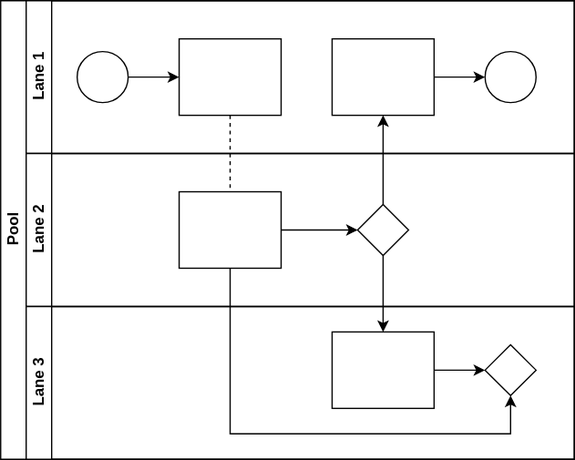
roja-codepadawan/documentation keeps this draw.io diagram as EDEN.drawio.svg. Above is the earlier version. Source tidied: cells renumbered, new cells last; positions are measured from the earlier drawing's top-left corner, leaving out a move shared by most shapes. Its diagram source:
```xml
<mxGraphModel>
  <root>
    <mxCell id="0" />
    <mxCell id="1" parent="0" />
    <mxCell id="2" value="Pool" style="swimlane;html=1;horizontal=0;startSize=20;" parent="1" vertex="1">
      <mxGeometry width="450" height="360" as="geometry" />
    </mxCell>
    <mxCell id="3" style="edgeStyle=orthogonalEdgeStyle;rounded=0;jettySize=auto;html=1;dashed=1;endArrow=none;endFill=0;" parent="2" edge="1" source="10" target="16">
      <mxGeometry relative="1" as="geometry" />
    </mxCell>
    <mxCell id="4" style="edgeStyle=orthogonalEdgeStyle;rounded=0;jettySize=auto;html=1;endArrow=classic;endFill=1;" parent="2" edge="1" source="17" target="12">
      <mxGeometry relative="1" as="geometry" />
    </mxCell>
    <mxCell id="5" style="edgeStyle=orthogonalEdgeStyle;rounded=0;jettySize=auto;html=1;endArrow=classic;endFill=1;" parent="2" edge="1" source="17" target="20">
      <mxGeometry relative="1" as="geometry" />
    </mxCell>
    <mxCell id="6" style="edgeStyle=orthogonalEdgeStyle;rounded=0;jettySize=auto;html=1;endArrow=classic;endFill=1;" parent="2" edge="1" source="16" target="21">
      <mxGeometry relative="1" as="geometry">
        <Array as="points">
          <mxPoint x="180" y="340" />
          <mxPoint x="400" y="340" />
        </Array>
      </mxGeometry>
    </mxCell>
    <mxCell id="7" value="Lane 1" style="swimlane;html=1;startSize=20;horizontal=0;" parent="2" vertex="1">
      <mxGeometry x="20" width="430" height="120" as="geometry" />
    </mxCell>
    <mxCell id="8" style="edgeStyle=orthogonalEdgeStyle;rounded=0;jettySize=auto;html=1;" parent="7" edge="1" source="9" target="10">
      <mxGeometry relative="1" as="geometry" />
    </mxCell>
    <mxCell id="9" style="ellipse;whiteSpace=wrap;html=1;" parent="7" vertex="1">
      <mxGeometry x="40" y="40" width="40" height="40" as="geometry" />
    </mxCell>
    <mxCell id="10" style="rounded=0;whiteSpace=wrap;html=1;fontFamily=Helvetica;fontSize=12;fontColor=#000000;align=center;" parent="7" vertex="1">
      <mxGeometry x="120" y="30" width="80" height="60" as="geometry" />
    </mxCell>
    <mxCell id="11" style="edgeStyle=orthogonalEdgeStyle;rounded=0;jettySize=auto;html=1;endArrow=classic;endFill=1;" parent="7" edge="1" source="12" target="13">
      <mxGeometry relative="1" as="geometry" />
    </mxCell>
    <mxCell id="12" style="rounded=0;whiteSpace=wrap;html=1;fontFamily=Helvetica;fontSize=12;fontColor=#000000;align=center;" parent="7" vertex="1">
      <mxGeometry x="240" y="30" width="80" height="60" as="geometry" />
    </mxCell>
    <mxCell id="13" style="ellipse;whiteSpace=wrap;html=1;" parent="7" vertex="1">
      <mxGeometry x="360" y="40" width="40" height="40" as="geometry" />
    </mxCell>
    <mxCell id="14" value="Lane 2" style="swimlane;html=1;startSize=20;horizontal=0;" parent="2" vertex="1">
      <mxGeometry x="20" y="120" width="430" height="120" as="geometry" />
    </mxCell>
    <mxCell id="15" style="edgeStyle=orthogonalEdgeStyle;rounded=0;jettySize=auto;html=1;endArrow=classic;endFill=1;" parent="14" edge="1" source="16" target="17">
      <mxGeometry relative="1" as="geometry" />
    </mxCell>
    <mxCell id="16" style="rounded=0;whiteSpace=wrap;html=1;fontFamily=Helvetica;fontSize=12;fontColor=#000000;align=center;" parent="14" vertex="1">
      <mxGeometry x="120" y="30" width="80" height="60" as="geometry" />
    </mxCell>
    <mxCell id="17" style="rhombus;whiteSpace=wrap;html=1;fontFamily=Helvetica;fontSize=12;fontColor=#000000;align=center;" parent="14" vertex="1">
      <mxGeometry x="260" y="40" width="40" height="40" as="geometry" />
    </mxCell>
    <mxCell id="18" value="Lane 3" style="swimlane;html=1;startSize=20;horizontal=0;" parent="2" vertex="1">
      <mxGeometry x="20" y="240" width="430" height="120" as="geometry" />
    </mxCell>
    <mxCell id="19" style="edgeStyle=orthogonalEdgeStyle;rounded=0;jettySize=auto;html=1;endArrow=classic;endFill=1;" parent="18" edge="1" source="20" target="21">
      <mxGeometry relative="1" as="geometry" />
    </mxCell>
    <mxCell id="20" style="rounded=0;whiteSpace=wrap;html=1;fontFamily=Helvetica;fontSize=12;fontColor=#000000;align=center;" parent="18" vertex="1">
      <mxGeometry x="240" y="20" width="80" height="60" as="geometry" />
    </mxCell>
    <mxCell id="21" style="rhombus;whiteSpace=wrap;html=1;fontFamily=Helvetica;fontSize=12;fontColor=#000000;align=center;" parent="18" vertex="1">
      <mxGeometry x="360" y="30" width="40" height="40" as="geometry" />
    </mxCell>
  </root>
</mxGraphModel>
```
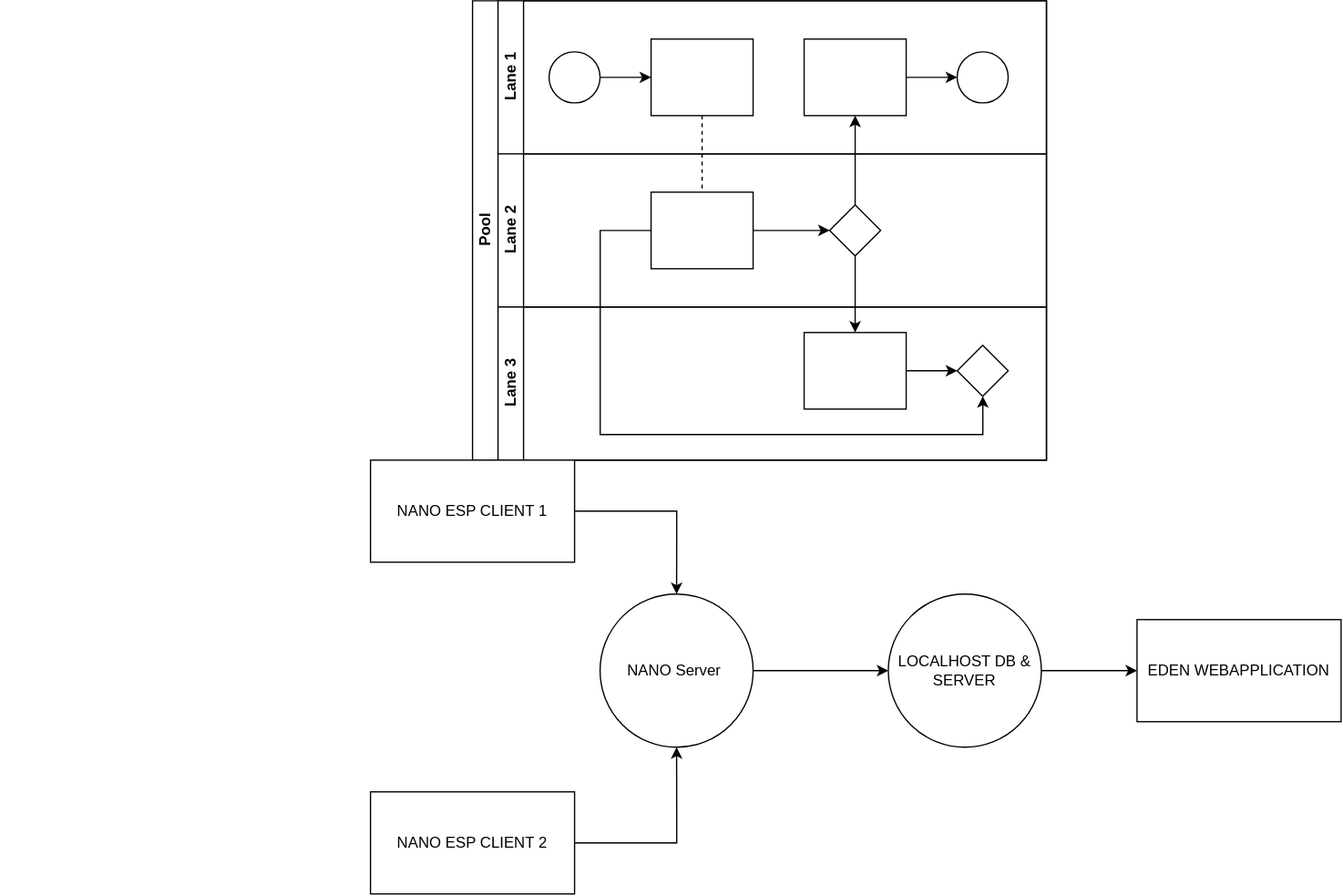
The same file after the commit.

Diff of the diagram source:
```diff
@@ -2,70 +2,107 @@
   <root>
     <mxCell id="0" />
     <mxCell id="1" parent="0" />
-    <mxCell id="2" value="Pool" style="swimlane;html=1;horizontal=0;startSize=20;" parent="1" vertex="1">
+    <mxCell id="2" value="Pool" style="swimlane;html=1;horizontal=0;startSize=20;labelBackgroundColor=none;" parent="1" vertex="1">
       <mxGeometry width="450" height="360" as="geometry" />
     </mxCell>
-    <mxCell id="3" style="edgeStyle=orthogonalEdgeStyle;rounded=0;jettySize=auto;html=1;dashed=1;endArrow=none;endFill=0;" parent="2" edge="1" source="10" target="16">
+    <mxCell id="3" style="edgeStyle=orthogonalEdgeStyle;rounded=0;jettySize=auto;html=1;dashed=1;endArrow=none;endFill=0;labelBackgroundColor=none;fontColor=default;" parent="2" edge="1" source="10" target="16">
       <mxGeometry relative="1" as="geometry" />
     </mxCell>
-    <mxCell id="4" style="edgeStyle=orthogonalEdgeStyle;rounded=0;jettySize=auto;html=1;endArrow=classic;endFill=1;" parent="2" edge="1" source="17" target="12">
+    <mxCell id="4" style="edgeStyle=orthogonalEdgeStyle;rounded=0;jettySize=auto;html=1;endArrow=classic;endFill=1;labelBackgroundColor=none;fontColor=default;" parent="2" edge="1" source="17" target="12">
       <mxGeometry relative="1" as="geometry" />
     </mxCell>
-    <mxCell id="5" style="edgeStyle=orthogonalEdgeStyle;rounded=0;jettySize=auto;html=1;endArrow=classic;endFill=1;" parent="2" edge="1" source="17" target="20">
+    <mxCell id="5" style="edgeStyle=orthogonalEdgeStyle;rounded=0;jettySize=auto;html=1;endArrow=classic;endFill=1;labelBackgroundColor=none;fontColor=default;" parent="2" edge="1" source="17" target="20">
       <mxGeometry relative="1" as="geometry" />
     </mxCell>
-    <mxCell id="6" style="edgeStyle=orthogonalEdgeStyle;rounded=0;jettySize=auto;html=1;endArrow=classic;endFill=1;" parent="2" edge="1" source="16" target="21">
+    <mxCell id="6" style="edgeStyle=orthogonalEdgeStyle;rounded=0;jettySize=auto;html=1;endArrow=classic;endFill=1;labelBackgroundColor=none;fontColor=default;" parent="2" edge="1" source="16" target="21">
       <mxGeometry relative="1" as="geometry">
         <Array as="points">
-          <mxPoint x="180" y="340" />
+          <mxPoint x="100" y="180" />
+          <mxPoint x="100" y="340" />
           <mxPoint x="400" y="340" />
         </Array>
       </mxGeometry>
     </mxCell>
-    <mxCell id="7" value="Lane 1" style="swimlane;html=1;startSize=20;horizontal=0;" parent="2" vertex="1">
+    <mxCell id="7" value="Lane 1" style="swimlane;html=1;startSize=20;horizontal=0;labelBackgroundColor=none;" parent="2" vertex="1">
       <mxGeometry x="20" width="430" height="120" as="geometry" />
     </mxCell>
-    <mxCell id="8" style="edgeStyle=orthogonalEdgeStyle;rounded=0;jettySize=auto;html=1;" parent="7" edge="1" source="9" target="10">
+    <mxCell id="8" style="edgeStyle=orthogonalEdgeStyle;rounded=0;jettySize=auto;html=1;labelBackgroundColor=none;fontColor=default;" parent="7" edge="1" source="9" target="10">
       <mxGeometry relative="1" as="geometry" />
     </mxCell>
-    <mxCell id="9" style="ellipse;whiteSpace=wrap;html=1;" parent="7" vertex="1">
+    <mxCell id="9" style="ellipse;whiteSpace=wrap;html=1;labelBackgroundColor=none;" parent="7" vertex="1">
       <mxGeometry x="40" y="40" width="40" height="40" as="geometry" />
     </mxCell>
-    <mxCell id="10" style="rounded=0;whiteSpace=wrap;html=1;fontFamily=Helvetica;fontSize=12;fontColor=#000000;align=center;" parent="7" vertex="1">
+    <mxCell id="10" style="rounded=0;whiteSpace=wrap;html=1;fontFamily=Helvetica;fontSize=12;align=center;labelBackgroundColor=none;" parent="7" vertex="1">
       <mxGeometry x="120" y="30" width="80" height="60" as="geometry" />
     </mxCell>
-    <mxCell id="11" style="edgeStyle=orthogonalEdgeStyle;rounded=0;jettySize=auto;html=1;endArrow=classic;endFill=1;" parent="7" edge="1" source="12" target="13">
+    <mxCell id="11" style="edgeStyle=orthogonalEdgeStyle;rounded=0;jettySize=auto;html=1;endArrow=classic;endFill=1;labelBackgroundColor=none;fontColor=default;" parent="7" edge="1" source="12" target="13">
       <mxGeometry relative="1" as="geometry" />
     </mxCell>
-    <mxCell id="12" style="rounded=0;whiteSpace=wrap;html=1;fontFamily=Helvetica;fontSize=12;fontColor=#000000;align=center;" parent="7" vertex="1">
+    <mxCell id="12" style="rounded=0;whiteSpace=wrap;html=1;fontFamily=Helvetica;fontSize=12;align=center;labelBackgroundColor=none;" parent="7" vertex="1">
       <mxGeometry x="240" y="30" width="80" height="60" as="geometry" />
     </mxCell>
-    <mxCell id="13" style="ellipse;whiteSpace=wrap;html=1;" parent="7" vertex="1">
+    <mxCell id="13" style="ellipse;whiteSpace=wrap;html=1;labelBackgroundColor=none;" parent="7" vertex="1">
       <mxGeometry x="360" y="40" width="40" height="40" as="geometry" />
     </mxCell>
-    <mxCell id="14" value="Lane 2" style="swimlane;html=1;startSize=20;horizontal=0;" parent="2" vertex="1">
+    <mxCell id="14" value="Lane 2" style="swimlane;html=1;startSize=20;horizontal=0;labelBackgroundColor=none;" parent="2" vertex="1">
       <mxGeometry x="20" y="120" width="430" height="120" as="geometry" />
     </mxCell>
-    <mxCell id="15" style="edgeStyle=orthogonalEdgeStyle;rounded=0;jettySize=auto;html=1;endArrow=classic;endFill=1;" parent="14" edge="1" source="16" target="17">
+    <mxCell id="15" style="edgeStyle=orthogonalEdgeStyle;rounded=0;jettySize=auto;html=1;endArrow=classic;endFill=1;labelBackgroundColor=none;fontColor=default;" parent="14" edge="1" source="16" target="17">
       <mxGeometry relative="1" as="geometry" />
     </mxCell>
-    <mxCell id="16" style="rounded=0;whiteSpace=wrap;html=1;fontFamily=Helvetica;fontSize=12;fontColor=#000000;align=center;" parent="14" vertex="1">
+    <mxCell id="16" style="rounded=0;whiteSpace=wrap;html=1;fontFamily=Helvetica;fontSize=12;align=center;labelBackgroundColor=none;" parent="14" vertex="1">
       <mxGeometry x="120" y="30" width="80" height="60" as="geometry" />
     </mxCell>
-    <mxCell id="17" style="rhombus;whiteSpace=wrap;html=1;fontFamily=Helvetica;fontSize=12;fontColor=#000000;align=center;" parent="14" vertex="1">
+    <mxCell id="17" style="rhombus;whiteSpace=wrap;html=1;fontFamily=Helvetica;fontSize=12;align=center;labelBackgroundColor=none;" parent="14" vertex="1">
       <mxGeometry x="260" y="40" width="40" height="40" as="geometry" />
     </mxCell>
-    <mxCell id="18" value="Lane 3" style="swimlane;html=1;startSize=20;horizontal=0;" parent="2" vertex="1">
+    <mxCell id="18" value="Lane 3" style="swimlane;html=1;startSize=20;horizontal=0;labelBackgroundColor=none;" parent="2" vertex="1">
       <mxGeometry x="20" y="240" width="430" height="120" as="geometry" />
     </mxCell>
-    <mxCell id="19" style="edgeStyle=orthogonalEdgeStyle;rounded=0;jettySize=auto;html=1;endArrow=classic;endFill=1;" parent="18" edge="1" source="20" target="21">
+    <mxCell id="19" style="edgeStyle=orthogonalEdgeStyle;rounded=0;jettySize=auto;html=1;endArrow=classic;endFill=1;labelBackgroundColor=none;fontColor=default;" parent="18" edge="1" source="20" target="21">
       <mxGeometry relative="1" as="geometry" />
     </mxCell>
-    <mxCell id="20" style="rounded=0;whiteSpace=wrap;html=1;fontFamily=Helvetica;fontSize=12;fontColor=#000000;align=center;" parent="18" vertex="1">
+    <mxCell id="20" style="rounded=0;whiteSpace=wrap;html=1;fontFamily=Helvetica;fontSize=12;align=center;labelBackgroundColor=none;" parent="18" vertex="1">
       <mxGeometry x="240" y="20" width="80" height="60" as="geometry" />
     </mxCell>
-    <mxCell id="21" style="rhombus;whiteSpace=wrap;html=1;fontFamily=Helvetica;fontSize=12;fontColor=#000000;align=center;" parent="18" vertex="1">
+    <mxCell id="21" style="rhombus;whiteSpace=wrap;html=1;fontFamily=Helvetica;fontSize=12;align=center;labelBackgroundColor=none;" parent="18" vertex="1">
       <mxGeometry x="360" y="30" width="40" height="40" as="geometry" />
     </mxCell>
+    <mxCell id="22" style="group;" parent="1" vertex="1">
+      <mxGeometry x="-300" y="390" width="875" height="310" as="geometry" />
+    </mxCell>
+    <mxCell id="23" style="group;" parent="22" vertex="1">
+      <mxGeometry x="400" y="75" width="581" height="120" as="geometry" />
+    </mxCell>
+    <mxCell id="24" value="LOCALHOST DB &amp;amp; SERVER" style="ellipse;whiteSpace=wrap;html=1;labelBackgroundColor=none;" parent="23" vertex="1">
+      <mxGeometry x="226" width="120" height="120" as="geometry" />
+    </mxCell>
+    <mxCell id="25" style="edgeStyle=orthogonalEdgeStyle;rounded=0;jettySize=auto;html=1;" parent="23" edge="1" source="26" target="24">
+      <mxGeometry relative="1" as="geometry" />
+    </mxCell>
+    <mxCell id="26" value="NANO Server&amp;nbsp;" style="ellipse;whiteSpace=wrap;html=1;labelBackgroundColor=none;" parent="23" vertex="1">
+      <mxGeometry width="120" height="120" as="geometry" />
+    </mxCell>
+    <mxCell id="27" value="EDEN WEBAPPLICATION" style="whiteSpace=wrap;html=1;" parent="23" vertex="1">
+      <mxGeometry x="421" y="20" width="160" height="80" as="geometry" />
+    </mxCell>
+    <mxCell id="28" style="edgeStyle=orthogonalEdgeStyle;rounded=0;jettySize=auto;html=1;" parent="23" edge="1" source="24" target="27">
+      <mxGeometry relative="1" as="geometry" />
+    </mxCell>
+    <mxCell id="29" style="edgeStyle=orthogonalEdgeStyle;rounded=0;jettySize=auto;html=1;" parent="22" edge="1" source="31" target="26">
+      <mxGeometry relative="1" as="geometry" />
+    </mxCell>
+    <mxCell id="30" style="group;" parent="22" vertex="1">
+      <mxGeometry x="-70" y="230" width="450" height="80" as="geometry" />
+    </mxCell>
+    <mxCell id="31" value="NANO ESP CLIENT 2" style="whiteSpace=wrap;html=1;" parent="30" vertex="1">
+      <mxGeometry x="290" width="160" height="80" as="geometry" />
+    </mxCell>
+    <mxCell id="32" value="NANO ESP CLIENT 1" style="whiteSpace=wrap;html=1;" parent="22" vertex="1">
+      <mxGeometry x="220" y="-30" width="160" height="80" as="geometry" />
+    </mxCell>
+    <mxCell id="33" style="edgeStyle=orthogonalEdgeStyle;rounded=0;jettySize=auto;html=1;" parent="22" edge="1" source="32" target="26">
+      <mxGeometry relative="1" as="geometry" />
+    </mxCell>
   </root>
 </mxGraphModel>
```
